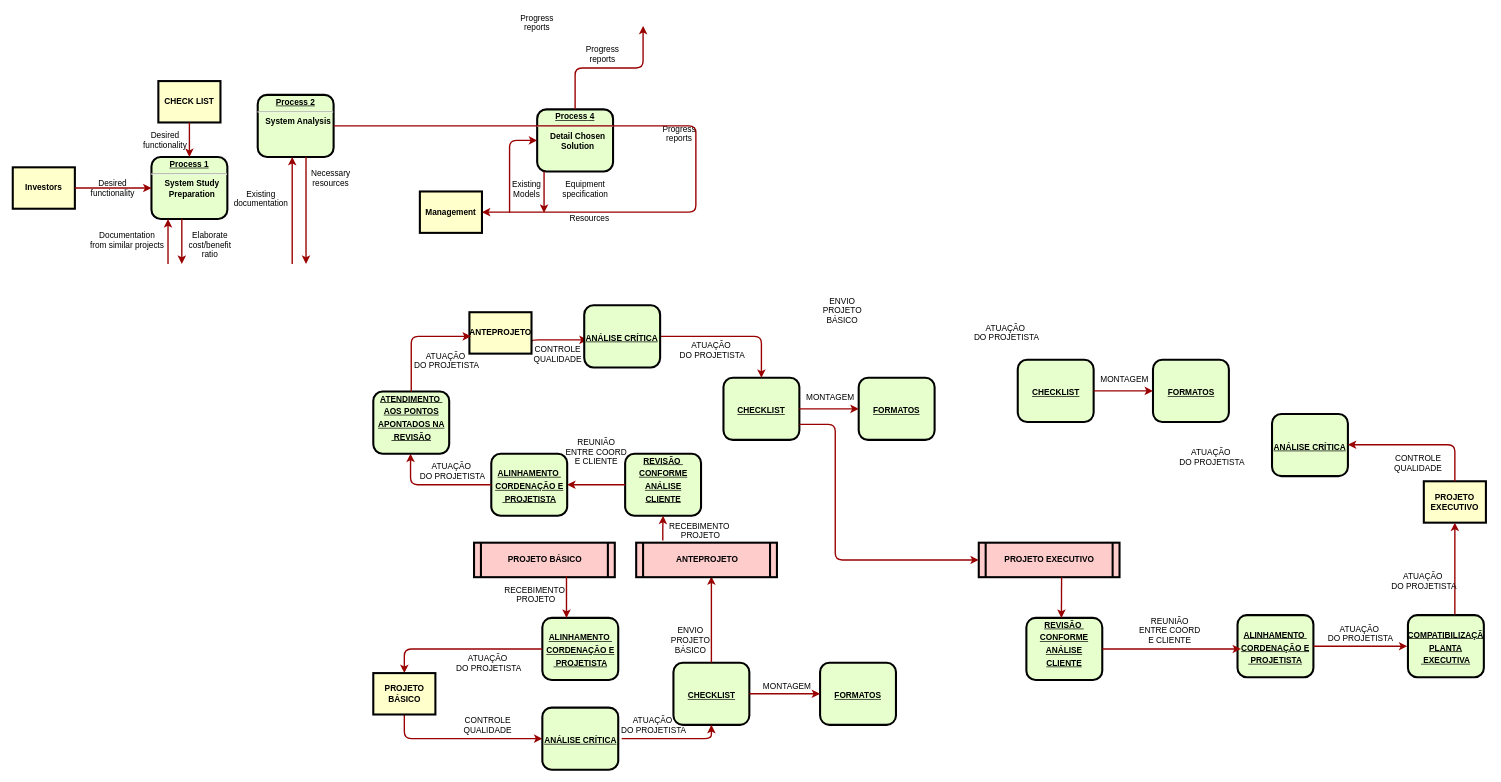
This is Diagrama sem nome.drawio from LuizGarcia22/firsttimedream, a draw.io file, before an edit. Source tidied: cells renumbered, new cells numbered last; positions are measured from the earlier drawing's top-left corner, leaving out a move shared by most shapes. Both pictures are drawn from the tidied source at 69%, with x=0, y=0 at pixel (12, 12).
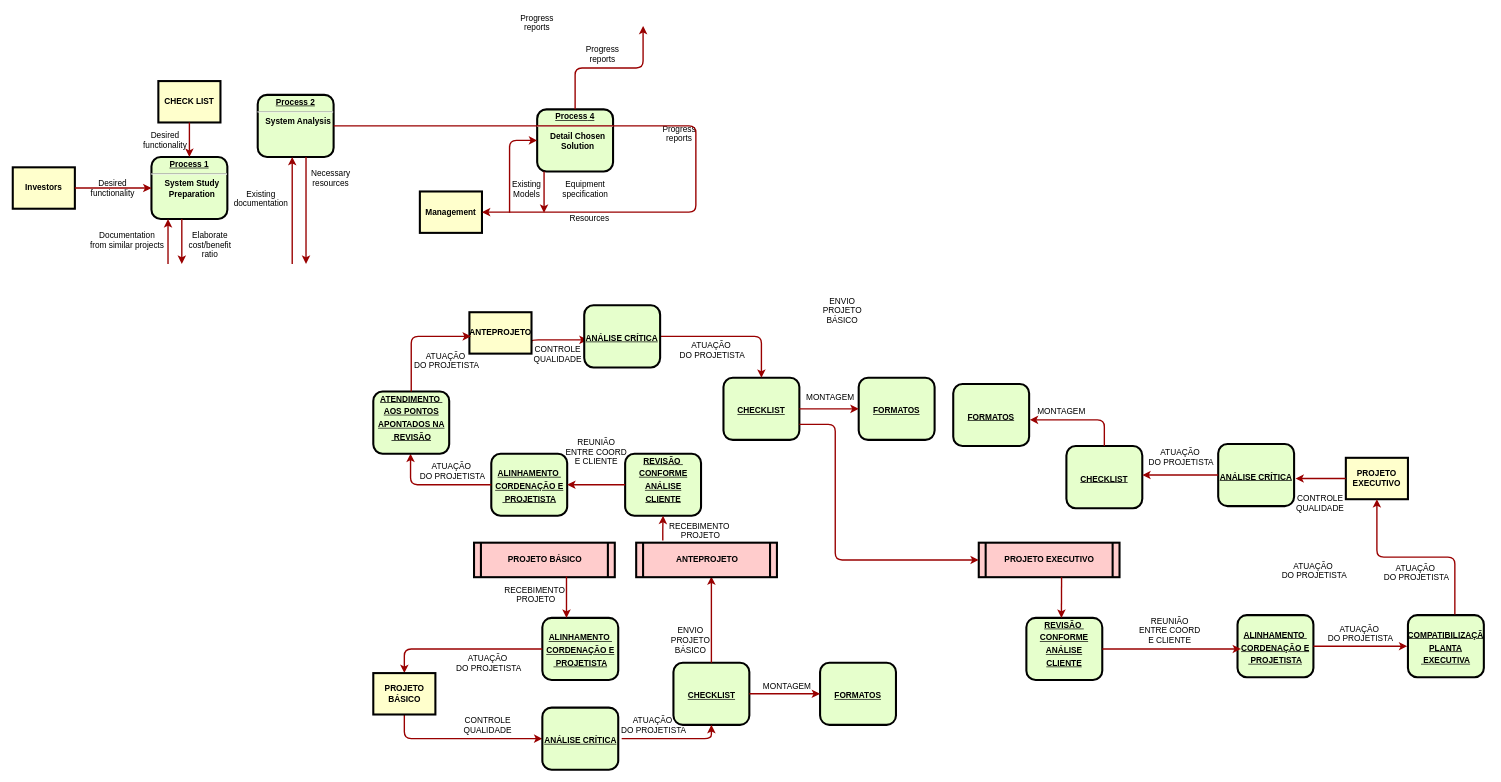
After the change.

Diff of the diagram source:
```diff
@@
     <mxCell id="72" value="&lt;p style=&quot;margin: 0px; margin-top: 4px; text-align: center; text-decoration: underline;&quot;&gt;&lt;br&gt;&lt;/p&gt;&lt;p style=&quot;margin: 0px; margin-top: 4px; text-align: center; text-decoration: underline;&quot;&gt;&lt;span style=&quot;background-color: initial;&quot;&gt;&lt;br&gt;&lt;/span&gt;&lt;/p&gt;&lt;p style=&quot;margin: 0px; margin-top: 4px; text-align: center; text-decoration: underline;&quot;&gt;&lt;span style=&quot;background-color: initial;&quot;&gt;FORMATOS&lt;/span&gt;&lt;br&gt;&lt;/p&gt;" style="verticalAlign=middle;align=center;overflow=fill;fontSize=12;fontFamily=Helvetica;html=1;rounded=1;fontStyle=1;strokeWidth=3;fillColor=#E6FFCC;fontColor=#000000;" parent="1" vertex="1">
-      <mxGeometry x="1652.5" y="504" width="110" height="90" as="geometry" />
+      <mxGeometry x="1363" y="539" width="110" height="90" as="geometry" />
     </mxCell>
     <mxCell id="73" value="&lt;p style=&quot;margin: 0px; margin-top: 4px; text-align: center; text-decoration: underline;&quot;&gt;&lt;br&gt;&lt;/p&gt;&lt;p style=&quot;margin: 0px; margin-top: 4px; text-align: center; text-decoration: underline;&quot;&gt;&lt;br&gt;&lt;/p&gt;&lt;p style=&quot;margin: 0px; margin-top: 4px; text-align: center; text-decoration: underline;&quot;&gt;CHECKLIST&lt;/p&gt;" style="verticalAlign=middle;align=center;overflow=fill;fontSize=12;fontFamily=Helvetica;html=1;rounded=1;fontStyle=1;strokeWidth=3;fillColor=#E6FFCC;fontColor=#000000;" parent="1" vertex="1">
-      <mxGeometry x="1456.5" y="504" width="110" height="90" as="geometry" />
+      <mxGeometry x="1527" y="629" width="110" height="90" as="geometry" />
     </mxCell>
@@
-    <mxCell id="75" style="edgeStyle=elbowEdgeStyle;elbow=vertical;strokeColor=#990000;strokeWidth=2;entryX=0;entryY=0.5;entryDx=0;entryDy=0;exitX=1;exitY=0.5;exitDx=0;exitDy=0;" parent="1" edge="1" source="73" target="72">
-      <mxGeometry relative="1" as="geometry" />
+    <mxCell id="75" style="edgeStyle=elbowEdgeStyle;elbow=vertical;strokeColor=#990000;strokeWidth=2;exitX=0.5;exitY=0;exitDx=0;exitDy=0;" parent="1" edge="1" source="73">
+      <mxGeometry relative="1" as="geometry">
+        <mxPoint x="1474" y="591" as="targetPoint" />
+        <Array as="points">
+          <mxPoint x="1496" y="591" />
+        </Array>
+      </mxGeometry>
     </mxCell>
@@
     <mxCell id="78" value="ATUAÇÃO&#10; DO PROJETISTA" style="text;spacingTop=-5;align=center;" parent="1" vertex="1">
-      <mxGeometry x="1424" y="449" width="30" height="20" as="geometry" />
+      <mxGeometry x="1677" y="630" width="30" height="20" as="geometry" />
     </mxCell>
     <mxCell id="79" value="PROJETO EXECUTIVO" style="whiteSpace=wrap;align=center;verticalAlign=middle;fontStyle=1;strokeWidth=3;fillColor=#FFFFCC;fontColor=#000000;" parent="1" vertex="1">
-      <mxGeometry x="2045" y="680" width="90" height="60" as="geometry" />
+      <mxGeometry x="1932" y="646" width="90" height="60" as="geometry" />
     </mxCell>
     <mxCell id="80" value="&lt;p style=&quot;margin: 0px; margin-top: 4px; text-align: center; text-decoration: underline;&quot;&gt;&lt;br&gt;&lt;/p&gt;&lt;p style=&quot;margin: 0px; margin-top: 4px; text-align: center; text-decoration: underline;&quot;&gt;&lt;br&gt;&lt;/p&gt;&lt;p style=&quot;margin: 0px; margin-top: 4px; text-align: center; text-decoration: underline;&quot;&gt;ANÁLISE CRÍTICA&lt;/p&gt;" style="verticalAlign=middle;align=center;overflow=fill;fontSize=12;fontFamily=Helvetica;html=1;rounded=1;fontStyle=1;strokeWidth=3;fillColor=#E6FFCC;fontColor=#000000;" parent="1" vertex="1">
-      <mxGeometry x="1825" y="582.5" width="110" height="90" as="geometry" />
+      <mxGeometry x="1747" y="626" width="110" height="90" as="geometry" />
     </mxCell>
@@
     <mxCell id="86" value="ATUAÇÃO&#10; DO PROJETISTA" style="text;spacingTop=-5;align=center;" parent="1" vertex="1">
-      <mxGeometry x="1721.8" y="630" width="30" height="25" as="geometry" />
+      <mxGeometry x="1870" y="794" width="30" height="25" as="geometry" />
     </mxCell>
     <mxCell id="87" value="MONTAGEM" style="text;spacingTop=-5;align=center;" parent="1" vertex="1">
-      <mxGeometry x="1596.5" y="524" width="30" height="20" as="geometry" />
+      <mxGeometry x="1505" y="570" width="30" height="20" as="geometry" />
     </mxCell>
@@
     <mxCell id="90" value="CONTROLE&#10;QUALIDADE" style="text;spacingTop=-5;align=center;" parent="1" vertex="1">
-      <mxGeometry x="2022" y="638" width="30" height="20" as="geometry" />
+      <mxGeometry x="1880" y="696" width="30" height="20" as="geometry" />
     </mxCell>
-    <mxCell id="91" style="edgeStyle=elbowEdgeStyle;elbow=vertical;strokeColor=#990000;strokeWidth=2;exitX=0.5;exitY=0;exitDx=0;exitDy=0;" parent="1" edge="1" source="79">
+    <mxCell id="91" style="edgeStyle=elbowEdgeStyle;elbow=vertical;strokeColor=#990000;strokeWidth=2;exitX=0;exitY=0.5;exitDx=0;exitDy=0;" parent="1" edge="1" source="79">
       <mxGeometry relative="1" as="geometry">
-        <mxPoint x="1935" y="627" as="targetPoint" />
-        <Array as="points">
-          <mxPoint x="2013" y="627" />
-        </Array>
+        <mxPoint x="1859" y="676" as="targetPoint" />
       </mxGeometry>
     </mxCell>
     <mxCell id="92" value="ATUAÇÃO&#10; DO PROJETISTA" style="text;spacingTop=-5;align=center;" parent="1" vertex="1">
-      <mxGeometry x="2029" y="809" width="30" height="25" as="geometry" />
+      <mxGeometry x="2018" y="797" width="30" height="25" as="geometry" />
     </mxCell>
+    <mxCell id="93" style="edgeStyle=elbowEdgeStyle;elbow=vertical;strokeColor=#990000;strokeWidth=2;exitX=0;exitY=0.5;exitDx=0;exitDy=0;" parent="1" edge="1" source="80" target="73">
+      <mxGeometry relative="1" as="geometry">
+        <Array as="points">
+          <mxPoint x="1678" y="671" />
+        </Array>
+      </mxGeometry>
+    </mxCell>
```
